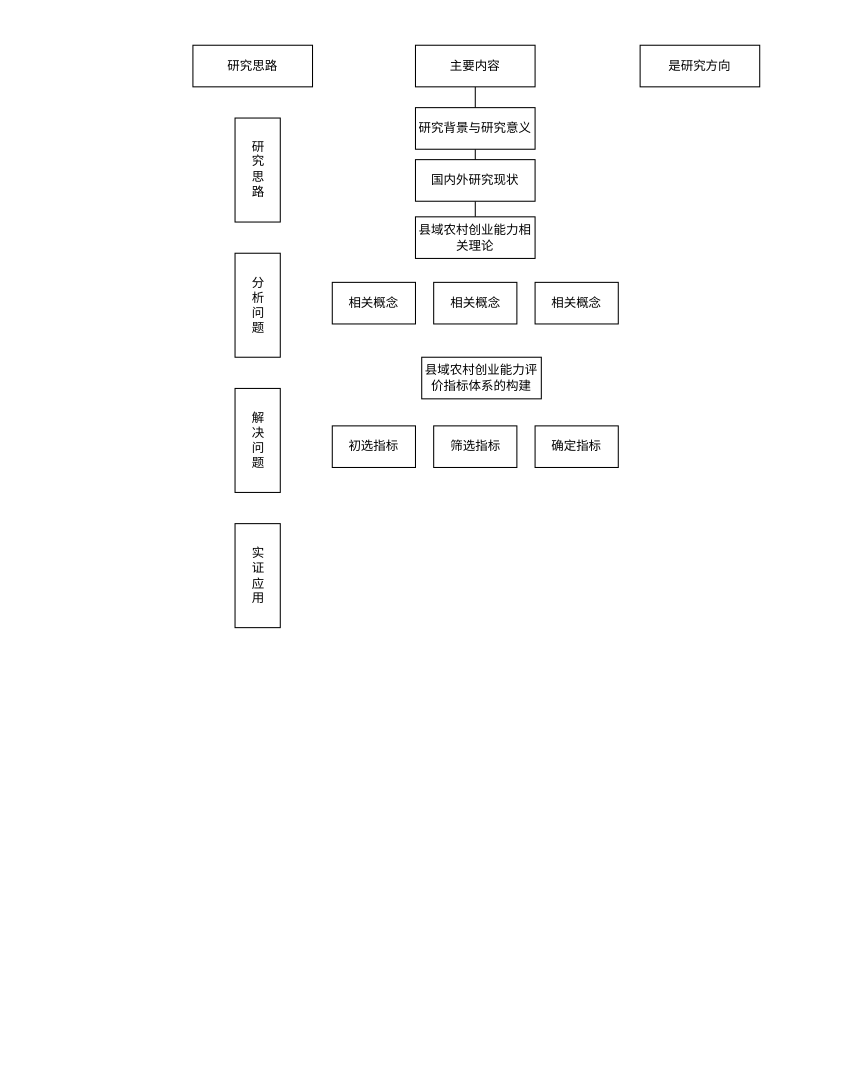
Before: 论文框架.drawio in Angelosyue/TFPMATLAB, a draw.io diagram. Source tidied: cells renumbered, new cells numbered last; positions are measured from the earlier drawing's top-left corner, leaving out a move shared by most shapes. Both pictures are drawn from the tidied source at 104%, with x=0, y=0 at pixel (192, 45).
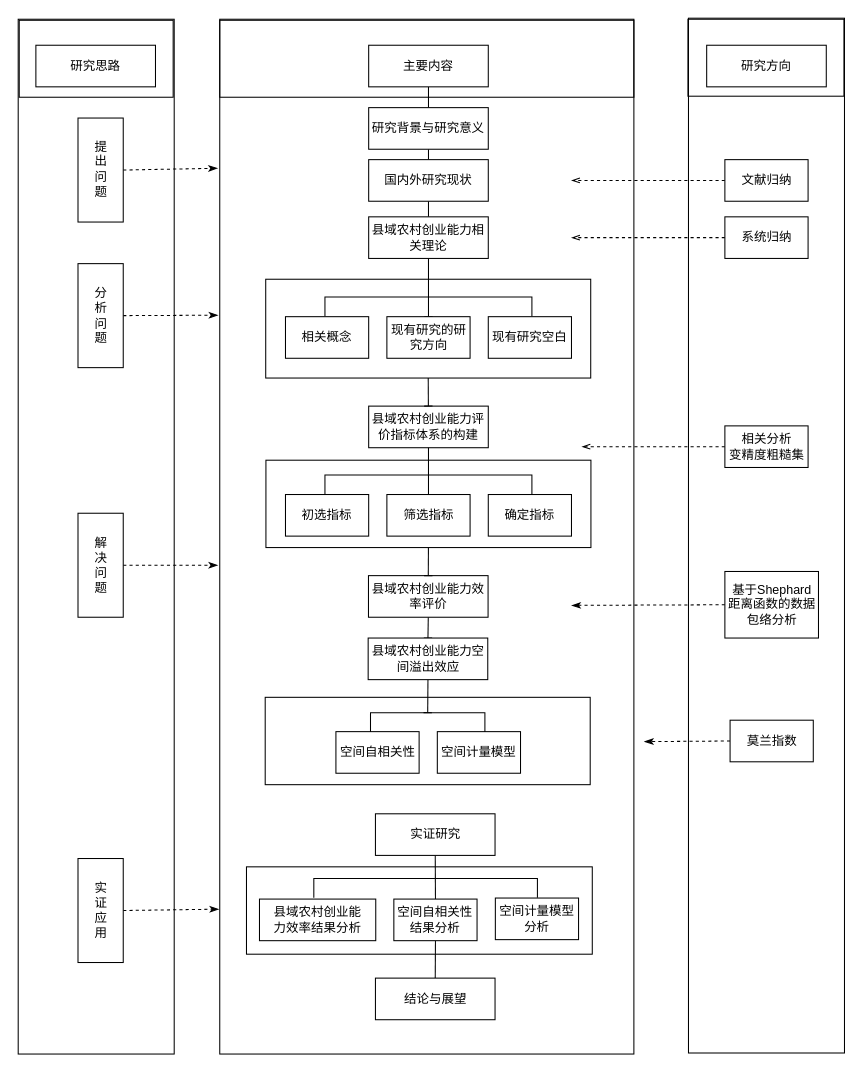
Above is the later version.

What changed in the source:
```diff
@@
     <mxCell id="2" value="研究思路" style="rounded=0;whiteSpace=wrap;html=1;" parent="1" vertex="1">
-      <mxGeometry width="115" height="40" as="geometry" />
+      <mxGeometry x="-151" width="115" height="40" as="geometry" />
     </mxCell>
@@
     <mxCell id="4" value="主要内容" style="rounded=0;whiteSpace=wrap;html=1;" parent="1" vertex="1">
-      <mxGeometry x="214" width="115" height="40" as="geometry" />
+      <mxGeometry x="169" width="115" height="40" as="geometry" />
     </mxCell>
-    <mxCell id="5" value="是研究方向" style="rounded=0;whiteSpace=wrap;html=1;" parent="1" vertex="1">
-      <mxGeometry x="430" width="115" height="40" as="geometry" />
+    <mxCell id="5" value="研究方向" style="rounded=0;whiteSpace=wrap;html=1;" parent="1" vertex="1">
+      <mxGeometry x="494" width="115" height="40" as="geometry" />
     </mxCell>
+    <mxCell id="22" style="edgeStyle=none;rounded=0;jettySize=auto;html=1;exitX=1;exitY=0.5;exitDx=0;exitDy=0;dashed=1;fontFamily=Comic Sans MS;endArrow=classicThin;endFill=1;strokeWidth=1;entryX=-0.005;entryY=0.144;entryDx=0;entryDy=0;entryPerimeter=0;" parent="1" edge="1" source="6" target="61">
+      <mxGeometry relative="1" as="geometry" />
+    </mxCell>
-    <mxCell id="6" value="研究思路" style="rounded=0;html=1;whiteSpace=wrap;labelPosition=center;verticalLabelPosition=middle;align=center;verticalAlign=middle;labelBorderColor=none;fontFamily=Comic Sans MS;spacingTop=0;spacing=12;" parent="1" vertex="1">
-      <mxGeometry x="40.5" y="70" width="43.5" height="100" as="geometry" />
+    <mxCell id="6" value="提出问题" style="rounded=0;html=1;whiteSpace=wrap;labelPosition=center;verticalLabelPosition=middle;align=center;verticalAlign=middle;labelBorderColor=none;fontFamily=Comic Sans MS;spacingTop=0;spacing=12;" parent="1" vertex="1">
+      <mxGeometry x="-110.5" y="70" width="43.5" height="100" as="geometry" />
     </mxCell>
+    <mxCell id="23" style="edgeStyle=none;rounded=0;jettySize=auto;html=1;exitX=1;exitY=0.5;exitDx=0;exitDy=0;dashed=1;fontFamily=Comic Sans MS;endArrow=classicThin;endFill=1;strokeWidth=1;entryX=-0.004;entryY=0.286;entryDx=0;entryDy=0;entryPerimeter=0;" parent="1" edge="1" source="7" target="61">
+      <mxGeometry relative="1" as="geometry" />
+    </mxCell>
     <mxCell id="7" value="分析问题" style="rounded=0;whiteSpace=wrap;html=1;spacing=12;" parent="1" vertex="1">
-      <mxGeometry x="40.5" y="200" width="43.5" height="100" as="geometry" />
+      <mxGeometry x="-110.5" y="210" width="43.5" height="100" as="geometry" />
     </mxCell>
+    <mxCell id="24" style="edgeStyle=none;rounded=0;jettySize=auto;html=1;exitX=1;exitY=0.5;exitDx=0;exitDy=0;dashed=1;fontFamily=Comic Sans MS;endArrow=classicThin;endFill=1;strokeWidth=1;entryX=-0.002;entryY=0.86;entryDx=0;entryDy=0;entryPerimeter=0;" parent="1" edge="1" source="8" target="61">
+      <mxGeometry relative="1" as="geometry" />
+    </mxCell>
     <mxCell id="8" value="实证应用" style="rounded=0;whiteSpace=wrap;html=1;spacing=12;" parent="1" vertex="1">
-      <mxGeometry x="40.5" y="460" width="43.5" height="100" as="geometry" />
+      <mxGeometry x="-110.5" y="782" width="43.5" height="100" as="geometry" />
     </mxCell>
+    <mxCell id="25" style="edgeStyle=none;rounded=0;jettySize=auto;html=1;exitX=1;exitY=0.5;exitDx=0;exitDy=0;dashed=1;fontFamily=Comic Sans MS;endArrow=classicThin;endFill=1;strokeWidth=1;" parent="1" edge="1" source="9">
+      <mxGeometry relative="1" as="geometry">
+        <mxPoint x="24" y="500" as="targetPoint" />
+      </mxGeometry>
+    </mxCell>
     <mxCell id="9" value="解决问题" style="rounded=0;whiteSpace=wrap;html=1;spacing=12;" parent="1" vertex="1">
-      <mxGeometry x="40.5" y="330" width="43.5" height="100" as="geometry" />
+      <mxGeometry x="-110.5" y="450" width="43.5" height="100" as="geometry" />
     </mxCell>
@@
     <mxCell id="11" value="研究背景与研究意义" style="rounded=0;whiteSpace=wrap;html=1;" parent="1" vertex="1">
-      <mxGeometry x="214" y="60" width="115" height="40" as="geometry" />
+      <mxGeometry x="169" y="60" width="115" height="40" as="geometry" />
     </mxCell>
@@
     <mxCell id="13" value="国内外研究现状" style="rounded=0;whiteSpace=wrap;html=1;" parent="1" vertex="1">
-      <mxGeometry x="214" y="110" width="115" height="40" as="geometry" />
+      <mxGeometry x="169" y="110" width="115" height="40" as="geometry" />
     </mxCell>
+    <mxCell id="26" style="edgeStyle=none;rounded=0;jettySize=auto;html=1;exitX=0.5;exitY=1;exitDx=0;exitDy=0;dashed=1;fontFamily=Comic Sans MS;endArrow=openThin;endFill=0;" parent="1" edge="1" source="14">
+      <mxGeometry relative="1" as="geometry">
+        <mxPoint x="226.7" y="205.3" as="targetPoint" />
+      </mxGeometry>
+    </mxCell>
+    <mxCell id="27" style="edgeStyle=none;rounded=0;jettySize=auto;html=1;exitX=0.5;exitY=1;exitDx=0;exitDy=0;entryX=0.5;entryY=0;entryDx=0;entryDy=0;fontFamily=Comic Sans MS;endArrow=baseDash;endFill=0;" parent="1" edge="1" source="14" target="16">
+      <mxGeometry relative="1" as="geometry" />
+    </mxCell>
     <mxCell id="14" value="县域农村创业能力相关理论" style="rounded=0;whiteSpace=wrap;html=1;" parent="1" vertex="1">
-      <mxGeometry x="214" y="165" width="115" height="40" as="geometry" />
+      <mxGeometry x="169" y="165" width="115" height="40" as="geometry" />
     </mxCell>
     <mxCell id="15" value="相关概念" style="rounded=0;whiteSpace=wrap;html=1;" parent="1" vertex="1">
-      <mxGeometry x="134" y="228" width="80" height="40" as="geometry" />
+      <mxGeometry x="89" y="261" width="80" height="40" as="geometry" />
     </mxCell>
-    <mxCell id="16" value="相关概念" style="rounded=0;whiteSpace=wrap;html=1;" parent="1" vertex="1">
-      <mxGeometry x="231.5" y="228" width="80" height="40" as="geometry" />
+    <mxCell id="16" value="现有研究的研究方向" style="rounded=0;whiteSpace=wrap;html=1;" parent="1" vertex="1">
+      <mxGeometry x="186.5" y="261" width="80" height="40" as="geometry" />
     </mxCell>
-    <mxCell id="17" value="相关概念" style="rounded=0;whiteSpace=wrap;html=1;" parent="1" vertex="1">
-      <mxGeometry x="329" y="228" width="80" height="40" as="geometry" />
+    <mxCell id="17" value="现有研究空白" style="rounded=0;whiteSpace=wrap;html=1;" parent="1" vertex="1">
+      <mxGeometry x="284" y="261" width="80" height="40" as="geometry" />
     </mxCell>
     <mxCell id="18" value="县域农村创业能力评价指标体系的构建" style="rounded=0;whiteSpace=wrap;html=1;" parent="1" vertex="1">
-      <mxGeometry x="220" y="300" width="115" height="40" as="geometry" />
+      <mxGeometry x="169" y="347" width="115" height="40" as="geometry" />
     </mxCell>
     <mxCell id="19" value="初选指标" style="rounded=0;whiteSpace=wrap;html=1;" parent="1" vertex="1">
-      <mxGeometry x="134" y="366" width="80" height="40" as="geometry" />
+      <mxGeometry x="89" y="432" width="80" height="40" as="geometry" />
     </mxCell>
+    <mxCell id="28" style="edgeStyle=none;rounded=0;jettySize=auto;html=1;fontFamily=Comic Sans MS;endArrow=none;endFill=0;" parent="1" edge="1" source="20" target="18">
+      <mxGeometry relative="1" as="geometry" />
+    </mxCell>
     <mxCell id="20" value="筛选指标" style="rounded=0;whiteSpace=wrap;html=1;" parent="1" vertex="1">
-      <mxGeometry x="231.5" y="366" width="80" height="40" as="geometry" />
+      <mxGeometry x="186.5" y="432" width="80" height="40" as="geometry" />
     </mxCell>
     <mxCell id="21" value="确定指标" style="rounded=0;whiteSpace=wrap;html=1;" parent="1" vertex="1">
-      <mxGeometry x="329" y="366" width="80" height="40" as="geometry" />
+      <mxGeometry x="284" y="432" width="80" height="40" as="geometry" />
     </mxCell>
+    <mxCell id="29" style="edgeStyle=none;rounded=0;jettySize=auto;html=1;exitX=0.5;exitY=1;exitDx=0;exitDy=0;entryX=0.5;entryY=0;entryDx=0;entryDy=0;fontFamily=Comic Sans MS;endArrow=none;endFill=0;" parent="1" edge="1" source="30" target="33">
+      <mxGeometry relative="1" as="geometry" />
+    </mxCell>
+    <mxCell id="30" value="实证研究" style="rounded=0;whiteSpace=wrap;html=1;" parent="1" vertex="1">
+      <mxGeometry x="175.5" y="739" width="115" height="40" as="geometry" />
+    </mxCell>
+    <mxCell id="31" value="县域农村创业能力效率结果分析" style="rounded=0;whiteSpace=wrap;html=1;strokeWidth=1;spacing=11;spacingTop=0;" parent="1" vertex="1">
+      <mxGeometry x="64" y="821" width="111.8" height="40" as="geometry" />
+    </mxCell>
+    <mxCell id="32" style="edgeStyle=none;rounded=0;jettySize=auto;html=1;exitX=0.5;exitY=1;exitDx=0;exitDy=0;entryX=0.5;entryY=0;entryDx=0;entryDy=0;fontFamily=Comic Sans MS;endArrow=none;endFill=0;" parent="1" edge="1" source="33" target="35">
+      <mxGeometry relative="1" as="geometry" />
+    </mxCell>
+    <mxCell id="33" value="空间自相关性结果分析" style="rounded=0;whiteSpace=wrap;html=1;" parent="1" vertex="1">
+      <mxGeometry x="193.2" y="821" width="80" height="40" as="geometry" />
+    </mxCell>
+    <mxCell id="34" value="空间计量模型分析" style="rounded=0;whiteSpace=wrap;html=1;" parent="1" vertex="1">
+      <mxGeometry x="290.8" y="820" width="80" height="40" as="geometry" />
+    </mxCell>
+    <mxCell id="35" value="结论与展望" style="rounded=0;whiteSpace=wrap;html=1;" parent="1" vertex="1">
+      <mxGeometry x="175.5" y="897" width="115" height="40" as="geometry" />
+    </mxCell>
+    <mxCell id="36" style="edgeStyle=none;rounded=0;jettySize=auto;html=1;exitX=0;exitY=0.5;exitDx=0;exitDy=0;fontFamily=Comic Sans MS;endArrow=openThin;endFill=0;dashed=1;" parent="1" edge="1" source="37">
+      <mxGeometry relative="1" as="geometry">
+        <mxPoint x="364" y="130" as="targetPoint" />
+      </mxGeometry>
+    </mxCell>
+    <mxCell id="37" value="文献归纳" style="rounded=0;whiteSpace=wrap;html=1;" parent="1" vertex="1">
+      <mxGeometry x="511.5" y="110" width="80" height="40" as="geometry" />
+    </mxCell>
+    <mxCell id="38" style="edgeStyle=none;rounded=0;jettySize=auto;html=1;exitX=0;exitY=0.5;exitDx=0;exitDy=0;dashed=1;fontFamily=Comic Sans MS;endArrow=openThin;endFill=0;" parent="1" edge="1" source="39">
+      <mxGeometry relative="1" as="geometry">
+        <mxPoint x="364" y="185" as="targetPoint" />
+      </mxGeometry>
+    </mxCell>
+    <mxCell id="39" value="系统归纳" style="rounded=0;whiteSpace=wrap;html=1;" parent="1" vertex="1">
+      <mxGeometry x="511.5" y="165" width="80" height="40" as="geometry" />
+    </mxCell>
+    <mxCell id="40" style="rounded=0;whiteSpace=wrap;html=1;labelBorderColor=none;fontFamily=Comic Sans MS;fillColor=none;" parent="1" vertex="1">
+      <mxGeometry x="-168" y="-25" width="150" height="995" as="geometry" />
+    </mxCell>
+    <mxCell id="41" style="edgeStyle=none;rounded=0;jettySize=auto;html=1;exitX=0;exitY=0.5;exitDx=0;exitDy=0;dashed=1;fontFamily=Comic Sans MS;endArrow=openThin;endFill=0;" parent="1" edge="1" source="42">
+      <mxGeometry relative="1" as="geometry">
+        <mxPoint x="374" y="386" as="targetPoint" />
+      </mxGeometry>
+    </mxCell>
+    <mxCell id="42" value="相关分析&lt;br&gt;变精度粗糙集" style="rounded=0;whiteSpace=wrap;html=1;" parent="1" vertex="1">
+      <mxGeometry x="511.5" y="366" width="80" height="40" as="geometry" />
+    </mxCell>
+    <mxCell id="43" style="edgeStyle=none;rounded=0;jettySize=auto;html=1;exitX=0.5;exitY=1;exitDx=0;exitDy=0;entryX=0.5;entryY=0;entryDx=0;entryDy=0;fontFamily=Comic Sans MS;endArrow=baseDash;endFill=0;" parent="1" edge="1" source="44" target="48">
+      <mxGeometry relative="1" as="geometry" />
+    </mxCell>
+    <mxCell id="44" value="县域农村创业能力效率评价" style="rounded=0;whiteSpace=wrap;html=1;" parent="1" vertex="1">
+      <mxGeometry x="168.8" y="510" width="115" height="40" as="geometry" />
+    </mxCell>
+    <mxCell id="45" style="edgeStyle=none;rounded=0;jettySize=auto;html=1;exitX=0;exitY=0.5;exitDx=0;exitDy=0;fontFamily=Comic Sans MS;endArrow=classicThin;endFill=1;dashed=1;strokeWidth=1;" parent="1" edge="1" source="46">
+      <mxGeometry relative="1" as="geometry">
+        <mxPoint x="364" y="538.6" as="targetPoint" />
+      </mxGeometry>
+    </mxCell>
+    <mxCell id="46" value="基于Shephard距离函数的数据包络分析" style="rounded=0;whiteSpace=wrap;html=1;" parent="1" vertex="1">
+      <mxGeometry x="511.5" y="506" width="90" height="64" as="geometry" />
+    </mxCell>
+    <mxCell id="47" style="edgeStyle=none;rounded=0;jettySize=auto;html=1;exitX=0.5;exitY=1;exitDx=0;exitDy=0;entryX=0;entryY=0.5;entryDx=0;entryDy=0;entryPerimeter=0;fontFamily=Comic Sans MS;endArrow=baseDash;endFill=0;" parent="1" edge="1" source="48" target="57">
+      <mxGeometry relative="1" as="geometry" />
+    </mxCell>
+    <mxCell id="48" value="县域农村创业能力空间溢出效应" style="rounded=0;whiteSpace=wrap;html=1;" parent="1" vertex="1">
+      <mxGeometry x="168.5" y="570" width="115" height="40" as="geometry" />
+    </mxCell>
+    <mxCell id="49" value="空间自相关性" style="rounded=0;whiteSpace=wrap;html=1;" parent="1" vertex="1">
+      <mxGeometry x="137.5" y="660" width="80" height="40" as="geometry" />
+    </mxCell>
+    <mxCell id="50" value="空间计量模型" style="rounded=0;whiteSpace=wrap;html=1;" parent="1" vertex="1">
+      <mxGeometry x="235" y="660" width="80" height="40" as="geometry" />
+    </mxCell>
+    <mxCell id="51" style="edgeStyle=none;rounded=0;jettySize=auto;html=1;exitX=0.5;exitY=1;exitDx=0;exitDy=0;fontFamily=Comic Sans MS;endArrow=baseDash;endFill=0;" parent="1" edge="1" source="52" target="18">
+      <mxGeometry relative="1" as="geometry" />
+    </mxCell>
+    <mxCell id="52" style="rounded=0;whiteSpace=wrap;html=1;labelBorderColor=none;fontFamily=Comic Sans MS;strokeWidth=1;fillColor=none;" parent="1" vertex="1">
+      <mxGeometry x="70" y="225" width="312.5" height="95" as="geometry" />
+    </mxCell>
+    <mxCell id="53" style="strokeWidth=1;html=1;shape=mxgraph.flowchart.annotation_1;align=left;labelBorderColor=none;fontFamily=Comic Sans MS;fillColor=none;rotation=90;" parent="1" vertex="1">
+      <mxGeometry x="217.2" y="151.8" width="18.5" height="199" as="geometry" />
+    </mxCell>
+    <mxCell id="54" style="strokeWidth=1;html=1;shape=mxgraph.flowchart.annotation_1;align=left;labelBorderColor=none;fontFamily=Comic Sans MS;fillColor=none;rotation=90;" parent="1" vertex="1">
+      <mxGeometry x="217.2" y="323" width="18.5" height="199" as="geometry" />
+    </mxCell>
+    <mxCell id="55" style="edgeStyle=none;rounded=0;jettySize=auto;html=1;exitX=0.5;exitY=1;exitDx=0;exitDy=0;entryX=0.5;entryY=0;entryDx=0;entryDy=0;fontFamily=Comic Sans MS;endArrow=baseDash;endFill=0;" parent="1" edge="1" source="56" target="44">
+      <mxGeometry relative="1" as="geometry" />
+    </mxCell>
+    <mxCell id="56" style="rounded=0;whiteSpace=wrap;html=1;labelBorderColor=none;fontFamily=Comic Sans MS;strokeWidth=1;fillColor=none;" parent="1" vertex="1">
+      <mxGeometry x="70.2" y="399" width="312.5" height="84" as="geometry" />
+    </mxCell>
+    <mxCell id="57" style="strokeWidth=1;html=1;shape=mxgraph.flowchart.annotation_1;align=left;labelBorderColor=none;fontFamily=Comic Sans MS;fillColor=none;rotation=90;" parent="1" vertex="1">
+      <mxGeometry x="216.5" y="596" width="18.5" height="110" as="geometry" />
+    </mxCell>
+    <mxCell id="58" style="rounded=0;whiteSpace=wrap;html=1;labelBorderColor=none;fontFamily=Comic Sans MS;strokeWidth=1;fillColor=none;" parent="1" vertex="1">
+      <mxGeometry x="69.5" y="627" width="312.5" height="84" as="geometry" />
+    </mxCell>
+    <mxCell id="59" style="strokeWidth=1;html=1;shape=mxgraph.flowchart.annotation_1;align=left;labelBorderColor=none;fontFamily=Comic Sans MS;fillColor=none;rotation=90;" parent="1" vertex="1">
+      <mxGeometry x="214.5" y="703" width="18.5" height="215" as="geometry" />
+    </mxCell>
+    <mxCell id="60" style="rounded=0;whiteSpace=wrap;html=1;labelBorderColor=none;fontFamily=Comic Sans MS;strokeWidth=1;fillColor=none;" parent="1" vertex="1">
+      <mxGeometry x="51.5" y="790" width="332.5" height="84" as="geometry" />
+    </mxCell>
+    <mxCell id="61" style="rounded=0;whiteSpace=wrap;html=1;labelBorderColor=none;fontFamily=Comic Sans MS;fillColor=none;" parent="1" vertex="1">
+      <mxGeometry x="25.8" y="-25" width="398.2" height="995" as="geometry" />
+    </mxCell>
+    <mxCell id="62" style="edgeStyle=none;rounded=0;jettySize=auto;html=1;exitX=0;exitY=0.5;exitDx=0;exitDy=0;dashed=1;fontFamily=Comic Sans MS;endArrow=classicThin;endFill=1;strokeWidth=1;" parent="1" edge="1" source="63">
+      <mxGeometry relative="1" as="geometry">
+        <mxPoint x="434" y="669.6" as="targetPoint" />
+      </mxGeometry>
+    </mxCell>
+    <mxCell id="63" value="莫兰指数" style="rounded=0;whiteSpace=wrap;html=1;" parent="1" vertex="1">
+      <mxGeometry x="516.5" y="649" width="80" height="40" as="geometry" />
+    </mxCell>
+    <mxCell id="64" style="rounded=0;whiteSpace=wrap;html=1;labelBorderColor=none;fontFamily=Comic Sans MS;strokeWidth=1;fillColor=none;" parent="1" vertex="1">
+      <mxGeometry x="-167" y="-24" width="148" height="74" as="geometry" />
+    </mxCell>
+    <mxCell id="65" style="rounded=0;whiteSpace=wrap;html=1;labelBorderColor=none;fontFamily=Comic Sans MS;strokeWidth=1;fillColor=none;" parent="1" vertex="1">
+      <mxGeometry x="25.8" y="-24" width="398.2" height="74" as="geometry" />
+    </mxCell>
+    <mxCell id="66" style="rounded=0;whiteSpace=wrap;html=1;labelBorderColor=none;fontFamily=Comic Sans MS;strokeWidth=1;fillColor=none;" parent="1" vertex="1">
+      <mxGeometry x="476" y="-25" width="150" height="74" as="geometry" />
+    </mxCell>
+    <mxCell id="67" style="rounded=0;whiteSpace=wrap;html=1;labelBorderColor=none;fontFamily=Comic Sans MS;fillColor=none;" parent="1" vertex="1">
+      <mxGeometry x="476.5" y="-26" width="150" height="995" as="geometry" />
+    </mxCell>
```
